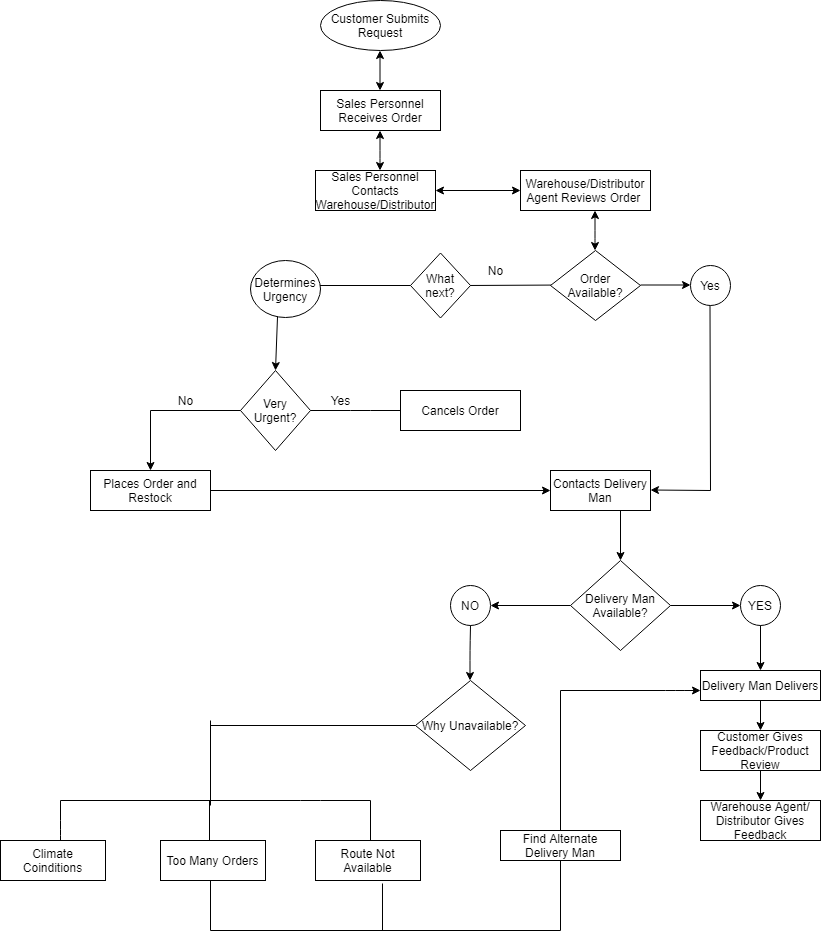
The draw.io diagram Untitled Diagram.png in Meiyoure/ddl_internship_quiz, before a commit. Source tidied: cells renumbered, new cells last; positions are measured from the earlier drawing's top-left corner, leaving out a move shared by most shapes.
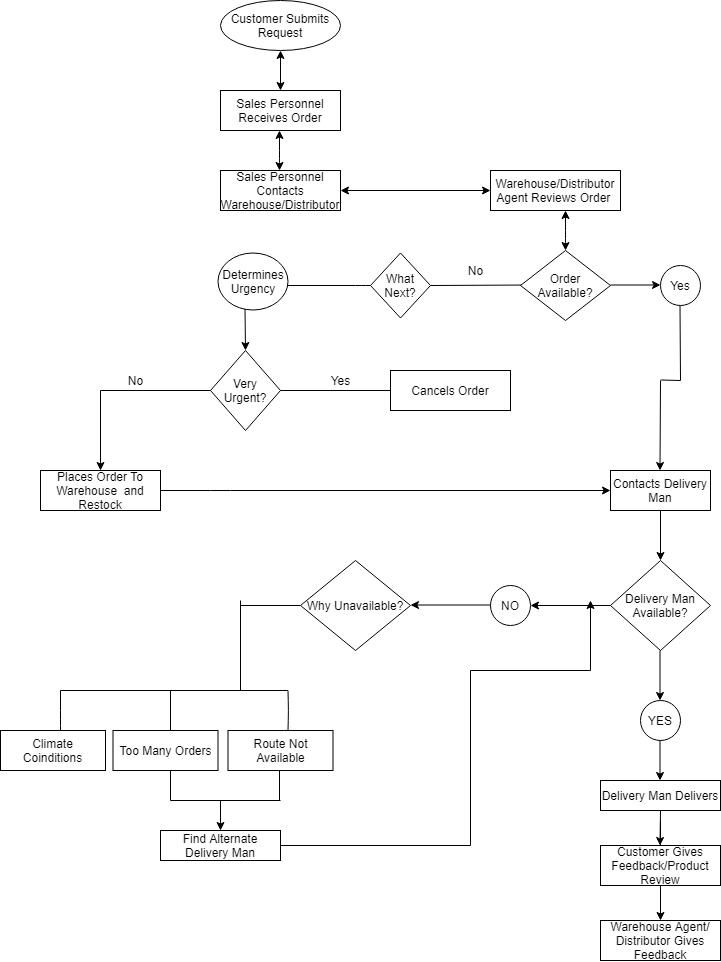
Later version of the same file.

Diff of the diagram source:
```diff
@@ -5,9 +5,9 @@
     <mxCell id="2" value="Customer Submits Request" style="ellipse;whiteSpace=wrap;html=1;" parent="1" vertex="1">
-      <mxGeometry x="320" width="120" height="50" as="geometry" />
+      <mxGeometry x="180" width="120" height="50" as="geometry" />
     </mxCell>
     <mxCell id="3" value="Sales Personnel Receives Order" style="rounded=0;whiteSpace=wrap;html=1;" parent="1" vertex="1">
-      <mxGeometry x="320" y="90" width="120" height="40" as="geometry" />
+      <mxGeometry x="180" y="90" width="120" height="40" as="geometry" />
     </mxCell>
     <mxCell id="4" value="Sales Personnel Contacts Warehouse/Distributor" style="rounded=0;whiteSpace=wrap;html=1;" parent="1" vertex="1">
-      <mxGeometry x="315" y="170" width="120" height="40" as="geometry" />
+      <mxGeometry x="180" y="170" width="120" height="40" as="geometry" />
     </mxCell>
@@ -15,6 +15,6 @@
       <mxGeometry relative="1" as="geometry">
-        <mxPoint x="379.5" y="170" as="sourcePoint" />
-        <mxPoint x="379.5" y="130" as="targetPoint" />
+        <mxPoint x="239" y="170" as="sourcePoint" />
+        <mxPoint x="239" y="130" as="targetPoint" />
         <Array as="points">
-          <mxPoint x="379.5" y="160" />
+          <mxPoint x="239" y="160" />
         </Array>
@@ -24,4 +24,4 @@
       <mxGeometry relative="1" as="geometry">
-        <mxPoint x="465" y="285" as="sourcePoint" />
-        <mxPoint x="565" y="284.5" as="targetPoint" />
+        <mxPoint x="390" y="285" as="sourcePoint" />
+        <mxPoint x="490" y="284.5" as="targetPoint" />
       </mxGeometry>
@@ -29,3 +29,3 @@
     <mxCell id="7" value="Warehouse/Distributor&lt;br&gt;Agent Reviews Order&amp;nbsp;" style="rounded=0;whiteSpace=wrap;html=1;" parent="1" vertex="1">
-      <mxGeometry x="520" y="170" width="130" height="40" as="geometry" />
+      <mxGeometry x="450" y="170" width="130" height="40" as="geometry" />
     </mxCell>
@@ -33,3 +33,3 @@
       <mxGeometry relative="1" as="geometry">
-        <mxPoint x="520" y="190" as="targetPoint" />
+        <mxPoint x="450" y="190" as="targetPoint" />
       </mxGeometry>
@@ -38,6 +38,6 @@
       <mxGeometry relative="1" as="geometry">
-        <mxPoint x="594.5" y="250" as="sourcePoint" />
-        <mxPoint x="594.5" y="210" as="targetPoint" />
+        <mxPoint x="525" y="250" as="sourcePoint" />
+        <mxPoint x="525" y="210" as="targetPoint" />
         <Array as="points">
-          <mxPoint x="594.5" y="240" />
+          <mxPoint x="525" y="240" />
         </Array>
@@ -46,9 +46,9 @@
     <mxCell id="10" value="Order Available?" style="rhombus;whiteSpace=wrap;html=1;" parent="1" vertex="1">
-      <mxGeometry x="550" y="250" width="90" height="70" as="geometry" />
+      <mxGeometry x="480" y="250" width="90" height="70" as="geometry" />
     </mxCell>
     <mxCell id="11" value="No" style="text;html=1;align=center;verticalAlign=middle;" parent="1" vertex="1">
-      <mxGeometry x="480" y="260" width="30" height="20" as="geometry" />
+      <mxGeometry x="420" y="260" width="30" height="20" as="geometry" />
     </mxCell>
-    <mxCell id="12" value="What next?" style="rhombus;whiteSpace=wrap;html=1;" parent="1" vertex="1">
-      <mxGeometry x="410" y="252.5" width="60" height="65" as="geometry" />
+    <mxCell id="12" value="What Next?" style="rhombus;whiteSpace=wrap;html=1;" parent="1" vertex="1">
+      <mxGeometry x="330" y="252.5" width="60" height="65" as="geometry" />
     </mxCell>
@@ -56,4 +56,4 @@
       <mxGeometry relative="1" as="geometry">
-        <mxPoint x="640" y="284.5" as="sourcePoint" />
-        <mxPoint x="690" y="284.5" as="targetPoint" />
+        <mxPoint x="570" y="284.5" as="sourcePoint" />
+        <mxPoint x="620" y="284.5" as="targetPoint" />
       </mxGeometry>
@@ -61,3 +61,3 @@
     <mxCell id="14" value="Yes" style="ellipse;whiteSpace=wrap;html=1;" parent="1" vertex="1">
-      <mxGeometry x="690" y="265" width="40" height="40" as="geometry" />
+      <mxGeometry x="620" y="265" width="40" height="40" as="geometry" />
     </mxCell>
@@ -65,4 +65,4 @@
       <mxGeometry relative="1" as="geometry">
-        <mxPoint x="710" y="490" as="sourcePoint" />
-        <mxPoint x="709.5" y="305" as="targetPoint" />
+        <mxPoint x="640" y="380" as="sourcePoint" />
+        <mxPoint x="639.5" y="305" as="targetPoint" />
       </mxGeometry>
@@ -70,9 +70,12 @@
     <mxCell id="16" value="Contacts Delivery Man" style="rounded=0;whiteSpace=wrap;html=1;" parent="1" vertex="1">
-      <mxGeometry x="550" y="470" width="100" height="40" as="geometry" />
+      <mxGeometry x="570" y="470" width="100" height="40" as="geometry" />
     </mxCell>
-    <mxCell id="17" style="endArrow=none;html=1;entryX=0;entryY=0.5;entryDx=0;entryDy=0;" parent="1" edge="1" target="12">
+    <mxCell id="17" style="endArrow=none;html=1;" parent="1" edge="1">
       <mxGeometry relative="1" as="geometry">
         <mxPoint x="310" y="285" as="sourcePoint" />
+        <mxPoint x="330" y="285" as="targetPoint" />
         <Array as="points">
+          <mxPoint x="240" y="285" />
           <mxPoint x="310" y="285" />
+          <mxPoint x="320" y="285" />
         </Array>
@@ -81,26 +84,15 @@
     <mxCell id="18" value="Determines Urgency" style="ellipse;whiteSpace=wrap;html=1;" parent="1" vertex="1">
-      <mxGeometry x="250" y="260" width="70" height="57" as="geometry" />
+      <mxGeometry x="177.5" y="252.5" width="70" height="57" as="geometry" />
     </mxCell>
     <mxCell id="19" value="Very Urgent?" style="rhombus;whiteSpace=wrap;html=1;" parent="1" vertex="1">
-      <mxGeometry x="240" y="370" width="70" height="80" as="geometry" />
+      <mxGeometry x="170" y="350" width="70" height="80" as="geometry" />
     </mxCell>
-    <mxCell id="20" style="endArrow=none;html=1;" parent="1" edge="1">
-      <mxGeometry relative="1" as="geometry">
-        <mxPoint x="310" y="410" as="sourcePoint" />
-        <mxPoint x="400" y="410" as="targetPoint" />
-        <Array as="points">
-          <mxPoint x="360" y="410" />
-        </Array>
-      </mxGeometry>
-    </mxCell>
-    <mxCell id="21" style="endArrow=none;html=1;entryX=0;entryY=0.5;entryDx=0;entryDy=0;" parent="1" edge="1" target="19">
-      <mxGeometry relative="1" as="geometry">
-        <mxPoint x="150" y="410" as="sourcePoint" />
-      </mxGeometry>
+    <mxCell id="21" style="endArrow=none;html=1;entryX=0;entryY=0.5;entryDx=0;entryDy=0;exitX=0;exitY=0.5;exitDx=0;exitDy=0;" parent="1" edge="1" source="19" target="19">
+      <mxGeometry relative="1" as="geometry" />
     </mxCell>
     <mxCell id="22" value="No" style="text;html=1;align=center;verticalAlign=middle;" parent="1" vertex="1">
-      <mxGeometry x="170" y="390" width="30" height="20" as="geometry" />
+      <mxGeometry x="80" y="370" width="30" height="20" as="geometry" />
     </mxCell>
     <mxCell id="23" value="Yes" style="text;html=1;align=center;verticalAlign=middle;" parent="1" vertex="1">
-      <mxGeometry x="320" y="390" width="40" height="20" as="geometry" />
+      <mxGeometry x="280" y="370" width="40" height="20" as="geometry" />
     </mxCell>
@@ -108,15 +100,17 @@
       <mxGeometry relative="1" as="geometry">
-        <mxPoint x="150" y="410" as="sourcePoint" />
-        <mxPoint x="150" y="470" as="targetPoint" />
+        <mxPoint x="60" y="390" as="sourcePoint" />
+        <mxPoint x="60" y="470" as="targetPoint" />
       </mxGeometry>
     </mxCell>
-    <mxCell id="25" value="Places Order and Restock" style="rounded=0;whiteSpace=wrap;html=1;" parent="1" vertex="1">
-      <mxGeometry x="90" y="470" width="120" height="40" as="geometry" />
+    <mxCell id="25" value="Places Order To Warehouse&amp;nbsp; and Restock" style="rounded=0;whiteSpace=wrap;html=1;" parent="1" vertex="1">
+      <mxGeometry y="470" width="120" height="40" as="geometry" />
     </mxCell>
     <mxCell id="26" value="Cancels Order" style="rounded=0;whiteSpace=wrap;html=1;" parent="1" vertex="1">
-      <mxGeometry x="400" y="390" width="120" height="40" as="geometry" />
+      <mxGeometry x="350" y="370" width="120" height="40" as="geometry" />
     </mxCell>
-    <mxCell id="27" style="endArrow=classic;html=1;exitX=1;exitY=0.5;exitDx=0;exitDy=0;" parent="1" edge="1" source="25">
+    <mxCell id="27" style="endArrow=classic;html=1;entryX=0;entryY=0.5;entryDx=0;entryDy=0;" parent="1" edge="1" source="25" target="16">
       <mxGeometry relative="1" as="geometry">
-        <mxPoint x="550" y="490" as="targetPoint" />
+        <Array as="points">
+          <mxPoint x="180" y="490" />
+        </Array>
       </mxGeometry>
@@ -134,15 +128,11 @@
       <mxGeometry relative="1" as="geometry">
-        <mxPoint x="379.5" y="90" as="sourcePoint" />
-        <mxPoint x="379.5" y="50" as="targetPoint" />
+        <mxPoint x="240" y="90" as="sourcePoint" />
+        <mxPoint x="240" y="50" as="targetPoint" />
       </mxGeometry>
     </mxCell>
-    <mxCell id="31" style="endArrow=classic;html=1;exitX=0.386;exitY=0.982;exitDx=0;exitDy=0;exitPerimeter=0;entryX=0.5;entryY=0;entryDx=0;entryDy=0;" parent="1" edge="1" source="18" target="19">
-      <mxGeometry relative="1" as="geometry" />
+    <mxCell id="31" style="endArrow=classic;html=1;exitX=0.386;exitY=0.982;exitDx=0;exitDy=0;exitPerimeter=0;" parent="1" edge="1" source="18">
+      <mxGeometry relative="1" as="geometry">
+        <mxPoint x="205" y="350" as="targetPoint" />
+      </mxGeometry>
     </mxCell>
-    <mxCell id="32" style="endArrow=classic;html=1;" parent="1" edge="1">
-      <mxGeometry relative="1" as="geometry">
-        <mxPoint x="710" y="490" as="sourcePoint" />
-        <mxPoint x="650" y="489.5" as="targetPoint" />
-      </mxGeometry>
-    </mxCell>
     <mxCell id="33" style="endArrow=classic;html=1;exitX=0;exitY=0.5;exitDx=0;exitDy=0;" parent="1" edge="1" source="29">
@@ -156,53 +146,31 @@
     <mxCell id="35" value="YES" style="ellipse;whiteSpace=wrap;html=1;" parent="1" vertex="1">
-      <mxGeometry x="740" y="585" width="40" height="40" as="geometry" />
+      <mxGeometry x="600" y="700" width="40" height="40" as="geometry" />
     </mxCell>
-    <mxCell id="36" style="endArrow=classic;html=1;exitX=1;exitY=0.5;exitDx=0;exitDy=0;" parent="1" edge="1" source="29">
-      <mxGeometry relative="1" as="geometry">
-        <mxPoint x="740" y="605" as="targetPoint" />
-      </mxGeometry>
-    </mxCell>
-    <mxCell id="37" style="endArrow=classic;html=1;exitX=0.5;exitY=1;exitDx=0;exitDy=0;" parent="1" edge="1" source="35">
-      <mxGeometry relative="1" as="geometry">
-        <mxPoint x="760" y="670" as="targetPoint" />
-      </mxGeometry>
-    </mxCell>
+    <mxCell id="61" style="edgeStyle=orthogonalEdgeStyle;rounded=0;jettySize=auto;html=1;" parent="1" edge="1" target="42">
+      <mxGeometry relative="1" as="geometry">
+        <mxPoint x="620" y="820" as="sourcePoint" />
+      </mxGeometry>
+    </mxCell>
     <mxCell id="38" value="Delivery Man Delivers" style="rounded=0;whiteSpace=wrap;html=1;" parent="1" vertex="1">
-      <mxGeometry x="700" y="670" width="120" height="30" as="geometry" />
+      <mxGeometry x="560" y="780" width="120" height="30" as="geometry" />
     </mxCell>
     <mxCell id="39" value="Customer Gives Feedback/Product Review" style="rounded=0;whiteSpace=wrap;html=1;" parent="1" vertex="1">
-      <mxGeometry x="700" y="730" width="120" height="40" as="geometry" />
+      <mxGeometry x="560" y="845" width="120" height="40" as="geometry" />
     </mxCell>
-    <mxCell id="40" style="endArrow=classic;html=1;exitX=0.5;exitY=1;exitDx=0;exitDy=0;" parent="1" edge="1" source="38" target="39">
-      <mxGeometry relative="1" as="geometry" />
+    <mxCell id="40" style="endArrow=classic;html=1;" parent="1" edge="1">
+      <mxGeometry relative="1" as="geometry">
+        <mxPoint x="619.5" y="740" as="sourcePoint" />
+        <mxPoint x="619.5" y="780" as="targetPoint" />
+      </mxGeometry>
     </mxCell>
-    <mxCell id="41" style="endArrow=classic;html=1;" parent="1" edge="1">
-      <mxGeometry relative="1" as="geometry">
-        <mxPoint x="470" y="625" as="sourcePoint" />
-        <mxPoint x="469.5" y="680" as="targetPoint" />
-        <Array as="points">
-          <mxPoint x="469.5" y="650" />
-        </Array>
-      </mxGeometry>
-    </mxCell>
     <mxCell id="42" value="Warehouse Agent/ Distributor Gives Feedback" style="whiteSpace=wrap;html=1;" parent="1" vertex="1">
-      <mxGeometry x="700" y="800" width="120" height="40" as="geometry" />
+      <mxGeometry x="560" y="920" width="120" height="40" as="geometry" />
     </mxCell>
-    <mxCell id="43" style="endArrow=classic;html=1;exitX=0.5;exitY=1;exitDx=0;exitDy=0;" parent="1" edge="1">
-      <mxGeometry relative="1" as="geometry">
-        <mxPoint x="760" y="770" as="sourcePoint" />
-        <mxPoint x="760" y="800" as="targetPoint" />
-      </mxGeometry>
-    </mxCell>
     <mxCell id="44" value="Why Unavailable?" style="rhombus;whiteSpace=wrap;html=1;" parent="1" vertex="1">
-      <mxGeometry x="415" y="680" width="110" height="90" as="geometry" />
+      <mxGeometry x="260" y="560" width="110" height="90" as="geometry" />
     </mxCell>
-    <mxCell id="45" style="endArrow=none;html=1;entryX=0;entryY=0.5;entryDx=0;entryDy=0;" parent="1" edge="1" target="44">
-      <mxGeometry relative="1" as="geometry">
-        <mxPoint x="210" y="725" as="sourcePoint" />
-      </mxGeometry>
-    </mxCell>
     <mxCell id="46" style="endArrow=none;html=1;" parent="1" edge="1">
       <mxGeometry relative="1" as="geometry">
-        <mxPoint x="210" y="805" as="sourcePoint" />
-        <mxPoint x="210" y="720" as="targetPoint" />
+        <mxPoint x="200" y="690" as="sourcePoint" />
+        <mxPoint x="200" y="600" as="targetPoint" />
       </mxGeometry>
@@ -211,6 +179,6 @@
       <mxGeometry relative="1" as="geometry">
-        <mxPoint x="60" y="800" as="sourcePoint" />
-        <mxPoint x="370" y="800" as="targetPoint" />
+        <mxPoint x="20" y="690" as="sourcePoint" />
+        <mxPoint x="248" y="690" as="targetPoint" />
         <Array as="points">
-          <mxPoint x="310" y="800" />
+          <mxPoint x="247.5" y="690" />
         </Array>
@@ -220,4 +188,7 @@
       <mxGeometry relative="1" as="geometry">
-        <mxPoint x="370" y="840" as="sourcePoint" />
-        <mxPoint x="370" y="800" as="targetPoint" />
+        <mxPoint x="247.5" y="730" as="sourcePoint" />
+        <mxPoint x="247.5" y="690" as="targetPoint" />
+        <Array as="points">
+          <mxPoint x="248" y="710" />
+        </Array>
       </mxGeometry>
@@ -225,3 +196,3 @@
     <mxCell id="49" value="Route Not Available" style="rounded=0;whiteSpace=wrap;html=1;" parent="1" vertex="1">
-      <mxGeometry x="315" y="840" width="105" height="40" as="geometry" />
+      <mxGeometry x="187.5" y="730" width="105" height="40" as="geometry" />
     </mxCell>
@@ -229,4 +200,4 @@
       <mxGeometry relative="1" as="geometry">
-        <mxPoint x="209" y="840" as="sourcePoint" />
-        <mxPoint x="209" y="800" as="targetPoint" />
+        <mxPoint x="130" y="730" as="sourcePoint" />
+        <mxPoint x="130" y="690" as="targetPoint" />
       </mxGeometry>
@@ -234,3 +205,3 @@
     <mxCell id="51" value="Too Many Orders" style="rounded=0;whiteSpace=wrap;html=1;" parent="1" vertex="1">
-      <mxGeometry x="160" y="840" width="105" height="40" as="geometry" />
+      <mxGeometry x="72.5" y="730" width="105" height="40" as="geometry" />
     </mxCell>
@@ -238,6 +209,6 @@
       <mxGeometry relative="1" as="geometry">
-        <mxPoint x="60" y="840" as="sourcePoint" />
-        <mxPoint x="60" y="800" as="targetPoint" />
+        <mxPoint x="20" y="730" as="sourcePoint" />
+        <mxPoint x="20" y="690" as="targetPoint" />
         <Array as="points">
-          <mxPoint x="60" y="830" />
+          <mxPoint x="20" y="720" />
         </Array>
@@ -246,44 +217,101 @@
     <mxCell id="53" value="Climate Coinditions" style="rounded=0;whiteSpace=wrap;html=1;" parent="1" vertex="1">
-      <mxGeometry y="840" width="105" height="40" as="geometry" />
+      <mxGeometry x="-40" y="730" width="105" height="40" as="geometry" />
     </mxCell>
-    <mxCell id="54" style="endArrow=none;html=1;entryX=0.638;entryY=1.075;entryDx=0;entryDy=0;entryPerimeter=0;" parent="1" edge="1" target="49">
-      <mxGeometry relative="1" as="geometry">
-        <mxPoint x="382" y="930" as="sourcePoint" />
-      </mxGeometry>
-    </mxCell>
-    <mxCell id="55" style="endArrow=none;html=1;entryX=0.638;entryY=1.075;entryDx=0;entryDy=0;entryPerimeter=0;" parent="1" edge="1">
-      <mxGeometry relative="1" as="geometry">
-        <mxPoint x="210" y="930" as="sourcePoint" />
-        <mxPoint x="210" y="880" as="targetPoint" />
-      </mxGeometry>
-    </mxCell>
-    <mxCell id="56" style="endArrow=none;html=1;" parent="1" edge="1">
-      <mxGeometry relative="1" as="geometry">
-        <mxPoint x="210" y="930" as="sourcePoint" />
-        <mxPoint x="560" y="930" as="targetPoint" />
-      </mxGeometry>
-    </mxCell>
-    <mxCell id="57" style="endArrow=none;html=1;" parent="1" edge="1" target="58">
-      <mxGeometry relative="1" as="geometry">
-        <mxPoint x="560" y="930" as="sourcePoint" />
-      </mxGeometry>
-    </mxCell>
     <mxCell id="58" value="Find Alternate Delivery Man" style="rounded=0;whiteSpace=wrap;html=1;" parent="1" vertex="1">
-      <mxGeometry x="500" y="830" width="120" height="30" as="geometry" />
+      <mxGeometry x="120" y="830" width="120" height="30" as="geometry" />
     </mxCell>
-    <mxCell id="59" style="endArrow=none;html=1;" parent="1" edge="1">
-      <mxGeometry relative="1" as="geometry">
-        <mxPoint x="560" y="830" as="sourcePoint" />
-        <mxPoint x="560" y="690" as="targetPoint" />
-      </mxGeometry>
-    </mxCell>
-    <mxCell id="60" style="endArrow=classic;html=1;" parent="1" edge="1">
-      <mxGeometry relative="1" as="geometry">
-        <mxPoint x="560" y="690" as="sourcePoint" />
-        <mxPoint x="700" y="690" as="targetPoint" />
-        <Array as="points">
-          <mxPoint x="675" y="690" />
-        </Array>
-      </mxGeometry>
-    </mxCell>
+    <mxCell id="62" style="endArrow=none;html=1;" parent="1" edge="1">
+      <mxGeometry relative="1" as="geometry">
+        <mxPoint x="60" y="390" as="sourcePoint" />
+        <mxPoint x="170" y="390" as="targetPoint" />
+      </mxGeometry>
+    </mxCell>
+    <mxCell id="63" style="endArrow=none;html=1;" parent="1" edge="1">
+      <mxGeometry relative="1" as="geometry">
+        <mxPoint x="240" y="390" as="sourcePoint" />
+        <mxPoint x="350" y="390" as="targetPoint" />
+      </mxGeometry>
+    </mxCell>
+    <mxCell id="64" style="endArrow=classic;html=1;exitX=0;exitY=0.5;exitDx=0;exitDy=0;" parent="1" edge="1">
+      <mxGeometry relative="1" as="geometry">
+        <mxPoint x="450" y="604.5" as="sourcePoint" />
+        <mxPoint x="370" y="604.5" as="targetPoint" />
+      </mxGeometry>
+    </mxCell>
+    <mxCell id="65" style="endArrow=classic;html=1;" parent="1" edge="1">
+      <mxGeometry relative="1" as="geometry">
+        <mxPoint x="619.5" y="650" as="sourcePoint" />
+        <mxPoint x="619.5" y="700" as="targetPoint" />
+      </mxGeometry>
+    </mxCell>
+    <mxCell id="66" style="endArrow=none;html=1;entryX=0;entryY=0.5;entryDx=0;entryDy=0;" parent="1" edge="1" target="44">
+      <mxGeometry relative="1" as="geometry">
+        <mxPoint x="200" y="605" as="sourcePoint" />
+      </mxGeometry>
+    </mxCell>
+    <mxCell id="67" style="endArrow=none;html=1;" parent="1" edge="1">
+      <mxGeometry relative="1" as="geometry">
+        <mxPoint x="130" y="800" as="sourcePoint" />
+        <mxPoint x="130" y="770" as="targetPoint" />
+      </mxGeometry>
+    </mxCell>
+    <mxCell id="68" style="endArrow=none;html=1;" parent="1" edge="1">
+      <mxGeometry relative="1" as="geometry">
+        <mxPoint x="239" y="800" as="sourcePoint" />
+        <mxPoint x="239" y="770" as="targetPoint" />
+      </mxGeometry>
+    </mxCell>
+    <mxCell id="69" style="endArrow=none;html=1;" parent="1" edge="1">
+      <mxGeometry relative="1" as="geometry">
+        <mxPoint x="130" y="800" as="sourcePoint" />
+        <mxPoint x="240" y="800" as="targetPoint" />
+      </mxGeometry>
+    </mxCell>
+    <mxCell id="70" style="endArrow=classic;html=1;" parent="1" edge="1">
+      <mxGeometry relative="1" as="geometry">
+        <mxPoint x="180" y="800" as="sourcePoint" />
+        <mxPoint x="180" y="830" as="targetPoint" />
+      </mxGeometry>
+    </mxCell>
+    <mxCell id="71" style="endArrow=classic;html=1;" parent="1" edge="1">
+      <mxGeometry relative="1" as="geometry">
+        <mxPoint x="620" y="380" as="sourcePoint" />
+        <mxPoint x="619.5" y="470" as="targetPoint" />
+      </mxGeometry>
+    </mxCell>
+    <mxCell id="72" style="endArrow=none;html=1;" parent="1" edge="1">
+      <mxGeometry relative="1" as="geometry">
+        <mxPoint x="620" y="379.5" as="sourcePoint" />
+        <mxPoint x="640" y="380" as="targetPoint" />
+      </mxGeometry>
+    </mxCell>
+    <mxCell id="73" style="endArrow=classic;html=1;" parent="1" edge="1">
+      <mxGeometry relative="1" as="geometry">
+        <mxPoint x="620" y="810" as="sourcePoint" />
+        <mxPoint x="619.5" y="845" as="targetPoint" />
+      </mxGeometry>
+    </mxCell>
+    <mxCell id="74" style="endArrow=none;html=1;" parent="1" edge="1">
+      <mxGeometry relative="1" as="geometry">
+        <mxPoint x="430" y="845" as="sourcePoint" />
+        <mxPoint x="430" y="670" as="targetPoint" />
+      </mxGeometry>
+    </mxCell>
+    <mxCell id="75" style="endArrow=none;html=1;exitX=1;exitY=0.5;exitDx=0;exitDy=0;" parent="1" edge="1" source="58">
+      <mxGeometry relative="1" as="geometry">
+        <mxPoint x="430" y="845" as="targetPoint" />
+      </mxGeometry>
+    </mxCell>
+    <mxCell id="76" style="endArrow=classic;html=1;" parent="1" edge="1">
+      <mxGeometry relative="1" as="geometry">
+        <mxPoint x="550" y="670" as="sourcePoint" />
+        <mxPoint x="550" y="600" as="targetPoint" />
+      </mxGeometry>
+    </mxCell>
+    <mxCell id="77" style="endArrow=none;html=1;" parent="1" edge="1">
+      <mxGeometry relative="1" as="geometry">
+        <mxPoint x="430" y="670" as="sourcePoint" />
+        <mxPoint x="550" y="670" as="targetPoint" />
+      </mxGeometry>
+    </mxCell>
   </root>
```
